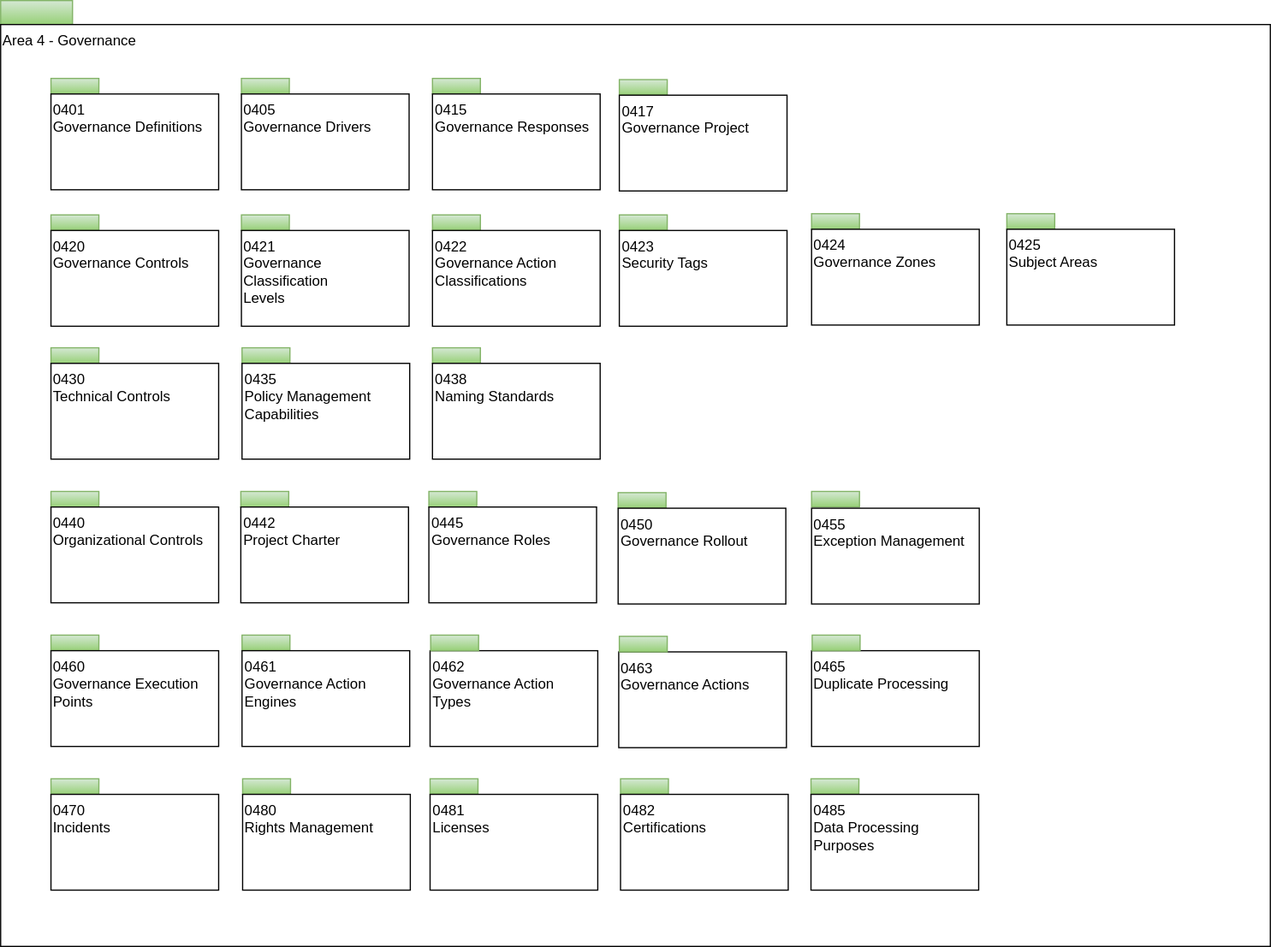
The draw.io diagram site/docs/types/4/area-4-governance-overview.svg in odpi/egeria-docs, before a commit. Source tidied: cells renumbered, new cells last; positions are measured from the earlier drawing's top-left corner, leaving out a move shared by most shapes.
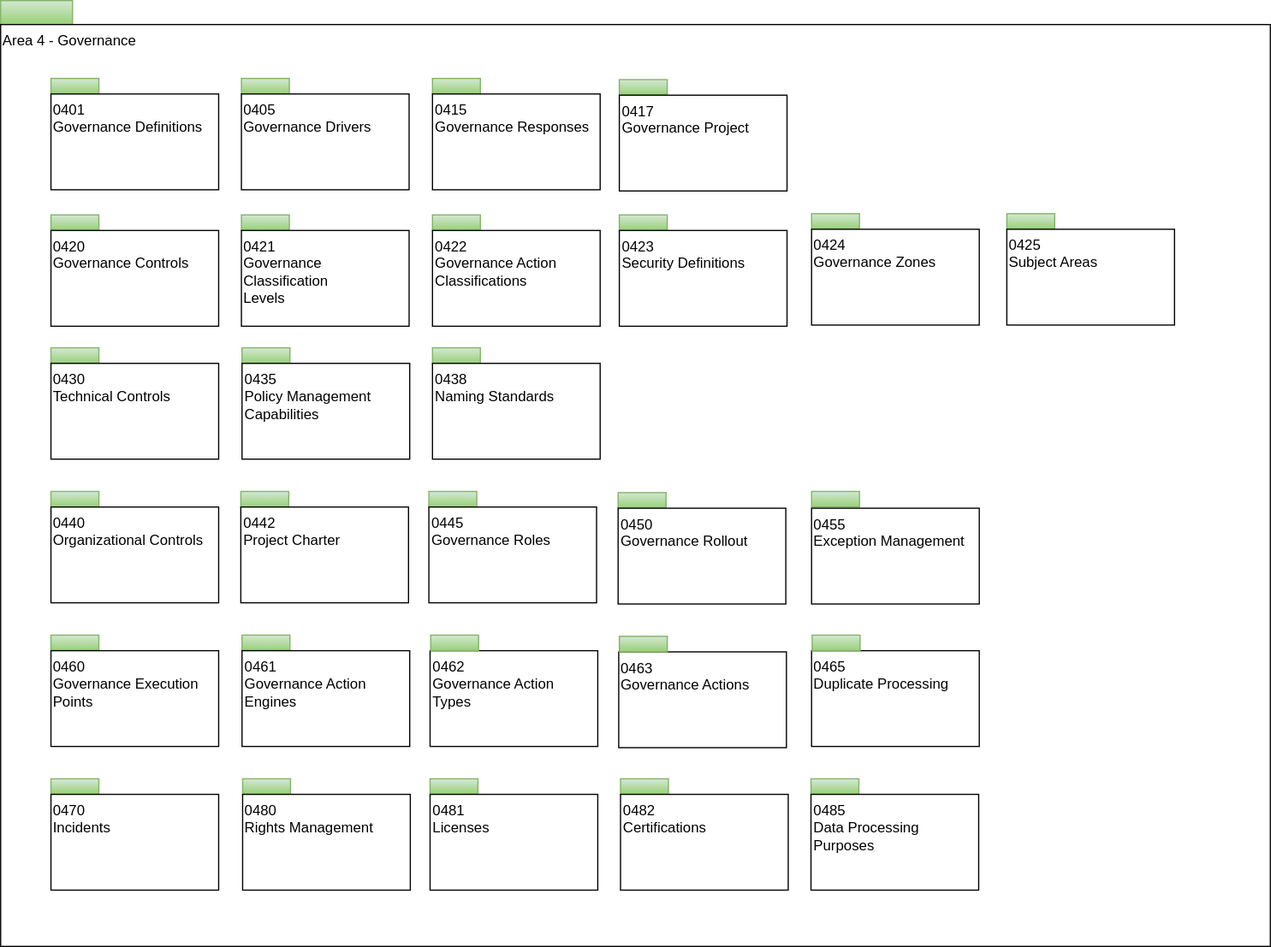
The same file after the commit.

The edit, as a diff of the source:
```diff
@@ -47,7 +47,7 @@
     <mxCell id="16" style="rounded=0;whiteSpace=wrap;html=1;align=left;fillColor=#d5e8d4;strokeColor=#82b366;gradientColor=#97d077;" parent="1" vertex="1">
       <mxGeometry x="516.5" y="179" width="40" height="13" as="geometry" />
     </mxCell>
-    <mxCell id="17" value="0423&lt;br&gt;Security Tags&lt;br&gt;" style="rounded=0;whiteSpace=wrap;html=1;align=left;verticalAlign=top;" parent="1" vertex="1">
+    <mxCell id="17" value="0423&lt;br&gt;Security Definitions" style="rounded=0;whiteSpace=wrap;html=1;align=left;verticalAlign=top;" parent="1" vertex="1">
       <mxGeometry x="516.5" y="192" width="140" height="80" as="geometry" />
     </mxCell>
     <mxCell id="18" style="rounded=0;whiteSpace=wrap;html=1;align=left;fillColor=#d5e8d4;strokeColor=#82b366;gradientColor=#97d077;" parent="1" vertex="1">
```
